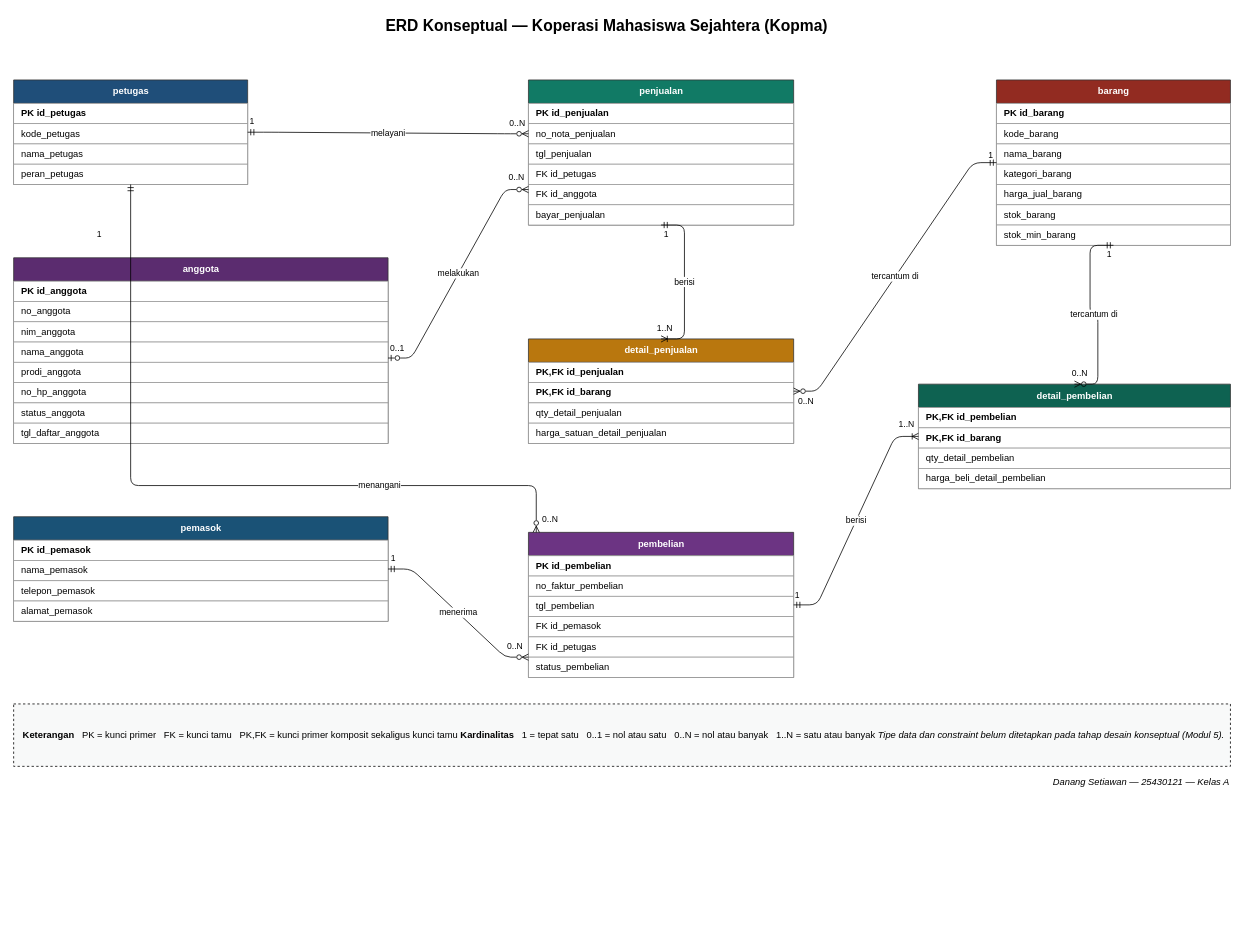
Before: page "ERD Kopma" (1 of 2) of p03_erd_kopma_25430121.drawio in danangst250503-dot/basisdata-25430121, a draw.io diagram. Source tidied: cells renumbered, new cells numbered last; positions are measured from the earlier drawing's top-left corner, leaving out a move shared by most shapes. Both pictures are drawn from the tidied source at 78%, with x=0, y=0 at pixel (13, 13).
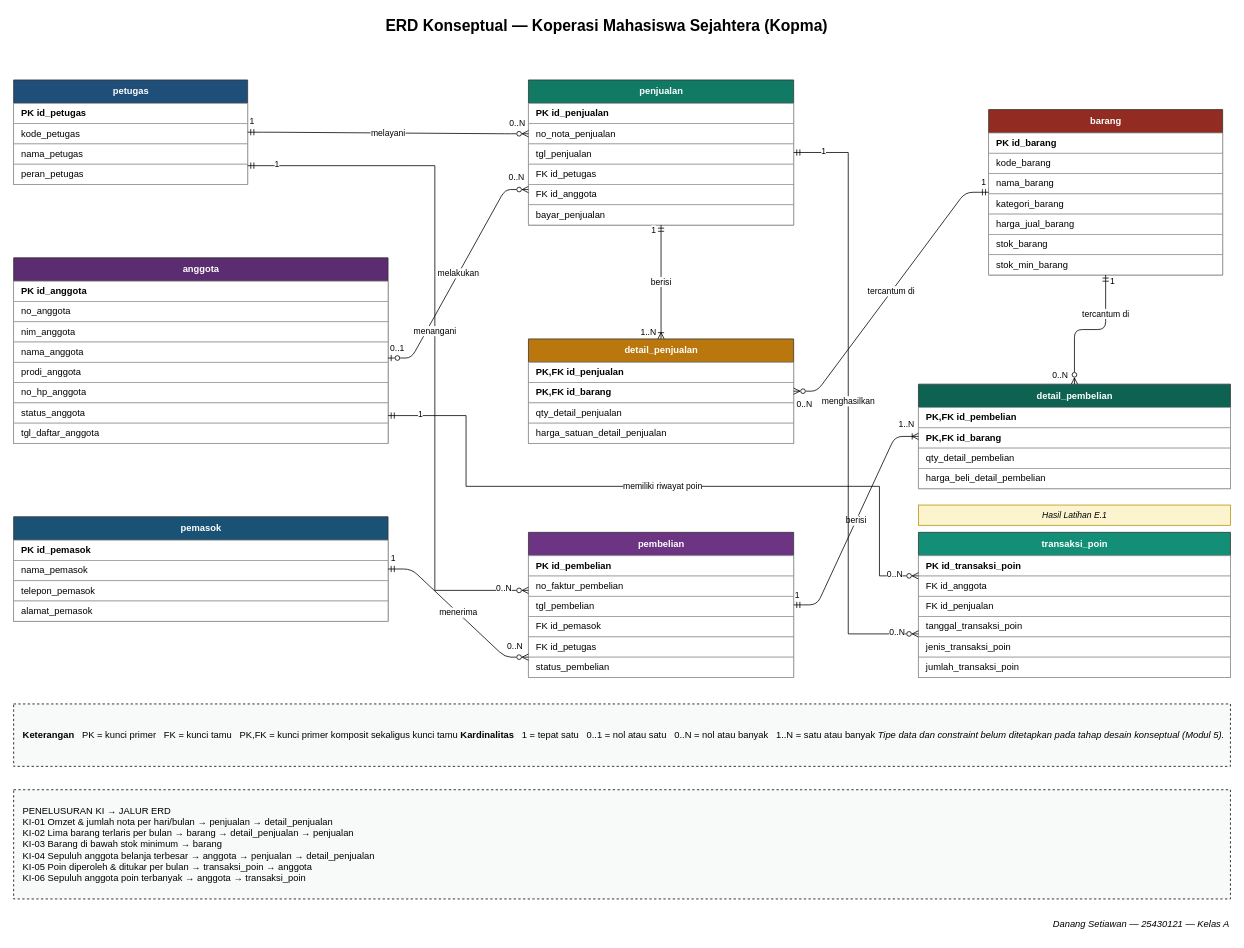
The same diagram, later.

Commit message (it also covers changes not shown here):
p03: latihan E1 poin loyalitas dan E2 relasi banyak-ke-banyak

The change refers to these unchanged cells:
```xml
<mxCell id="2" value="anggota" style="swimlane;fontStyle=1;horizontal=1;startSize=30;height=26;html=1;fillColor=#5B2C6F;fontColor=#ffffff;strokeColor=#333333;" parent="1" vertex="1">
  <mxGeometry y="313" width="480" height="238" as="geometry" />
</mxCell>
<mxCell id="12" value="petugas" style="swimlane;fontStyle=1;horizontal=1;startSize=30;height=26;html=1;fillColor=#1F4E79;fontColor=#ffffff;strokeColor=#333333;" parent="1" vertex="1">
  <mxGeometry y="85" width="300" height="134" as="geometry" />
</mxCell>
<mxCell id="16" value="        peran_petugas" style="text;strokeColor=#999999;fillColor=#ffffff;align=left;verticalAlign=middle;spacingLeft=8;fontColor=#000000;html=1;" parent="12" vertex="1">
  <mxGeometry y="108" width="300" height="26" as="geometry" />
</mxCell>
<mxCell id="22" value="penjualan" style="swimlane;fontStyle=1;horizontal=1;startSize=30;height=26;html=1;fillColor=#117A65;fontColor=#ffffff;strokeColor=#333333;" parent="1" vertex="1">
  <mxGeometry x="660" y="85" width="340" height="186" as="geometry" />
</mxCell>
<mxCell id="29" value="detail_penjualan" style="swimlane;fontStyle=1;horizontal=1;startSize=30;height=26;html=1;fillColor=#B9770E;fontColor=#ffffff;strokeColor=#333333;" parent="1" vertex="1">
  <mxGeometry x="660" y="417" width="340" height="134" as="geometry" />
</mxCell>
<mxCell id="34" value="pembelian" style="swimlane;fontStyle=1;horizontal=1;startSize=30;height=26;html=1;fillColor=#6C3483;fontColor=#ffffff;strokeColor=#333333;" parent="1" vertex="1">
  <mxGeometry x="660" y="665" width="340" height="186" as="geometry" />
</mxCell>
<mxCell id="49" value="detail_pembelian" style="swimlane;fontStyle=1;horizontal=1;startSize=30;height=26;html=1;fillColor=#0E6251;fontColor=#ffffff;strokeColor=#333333;" parent="1" vertex="1">
  <mxGeometry x="1160" y="475" width="400" height="134" as="geometry" />
</mxCell>
```

Change to the diagram source:
```diff
@@
     <mxCell id="41" value="barang" style="swimlane;fontStyle=1;horizontal=1;startSize=30;height=26;html=1;fillColor=#922B21;fontColor=#ffffff;strokeColor=#333333;" parent="1" vertex="1">
-      <mxGeometry x="1260" y="85" width="300" height="212" as="geometry" />
+      <mxGeometry x="1250" y="123" width="300" height="212" as="geometry" />
     </mxCell>
@@
-    <mxCell id="60" value="berisi" style="edgeStyle=entityRelationEdgeStyle;html=1;startArrow=ERmandOne;startFill=0;endArrow=ERoneToMany;endFill=0;exitX=0.5;exitY=1;entryX=0.5;entryY=0;" parent="1" edge="1" source="22" target="29">
+    <mxCell id="60" value="berisi" style="html=1;startArrow=ERmandOne;startFill=0;endArrow=ERoneToMany;endFill=0;exitX=0.5;exitY=1;entryX=0.5;entryY=0;" parent="1" edge="1" source="22" target="29">
       <mxGeometry relative="1" as="geometry" />
     </mxCell>
     <mxCell id="61" value="1" style="edgeLabel;html=1;fontSize=11;" parent="60" vertex="1">
       <mxGeometry x="-0.7" relative="1" as="geometry">
-        <mxPoint x="-28" y="-2" as="offset" />
+        <mxPoint x="-14" y="-28" as="offset" />
       </mxGeometry>
     </mxCell>
     <mxCell id="62" value="1..N" style="edgeLabel;html=1;fontSize=11;" parent="60" vertex="1">
       <mxGeometry x="0.7" relative="1" as="geometry">
-        <mxPoint x="-37" y="-25" as="offset" />
+        <mxPoint x="-28" y="1" as="offset" />
       </mxGeometry>
     </mxCell>
@@
-    <mxCell id="72" value="tercantum di" style="edgeStyle=entityRelationEdgeStyle;html=1;startArrow=ERmandOne;startFill=0;endArrow=ERzeroToMany;endFill=0;exitX=0.5;exitY=1;entryX=0.5;entryY=0;" parent="1" edge="1" source="41" target="49">
-      <mxGeometry relative="1" as="geometry" />
+    <mxCell id="72" value="tercantum di" style="html=1;startArrow=ERmandOne;startFill=0;endArrow=ERzeroToMany;endFill=0;exitX=0.5;exitY=1;entryX=0.5;entryY=0;entryDx=0;entryDy=0;edgeStyle=orthogonalEdgeStyle;" parent="1" edge="1" source="41" target="49">
+      <mxGeometry x="-0.44" relative="1" as="geometry" />
     </mxCell>
     <mxCell id="73" value="1" style="edgeLabel;html=1;fontSize=11;" parent="72" vertex="1">
       <mxGeometry x="-0.7" relative="1" as="geometry">
-        <mxPoint x="20" y="-8" as="offset" />
+        <mxPoint x="4" y="-32" as="offset" />
       </mxGeometry>
     </mxCell>
     <mxCell id="74" value="0..N" style="edgeLabel;html=1;fontSize=11;" parent="72" vertex="1">
       <mxGeometry x="0.7" relative="1" as="geometry">
-        <mxPoint x="-35" y="-20" as="offset" />
+        <mxPoint x="-30" y="2" as="offset" />
       </mxGeometry>
     </mxCell>
@@
     <mxCell id="76" value="Danang Setiawan — 25430121 — Kelas A" style="text;html=1;align=right;verticalAlign=middle;fontSize=12;fontStyle=2;" parent="1" vertex="1">
-      <mxGeometry x="1160" y="972" width="400" height="26" as="geometry" />
+      <mxGeometry x="1160" y="1155" width="400" height="26" as="geometry" />
     </mxCell>
+    <mxCell id="80" value="PENELUSURAN KI → JALUR ERD&lt;div&gt;KI-01  Omzet &amp;amp; jumlah nota per hari/bulan  →  penjualan → detail_penjualan&lt;/div&gt;&lt;div&gt;KI-02  Lima barang terlaris per bulan  →  barang → detail_penjualan → penjualan&lt;/div&gt;&lt;div&gt;KI-03  Barang di bawah stok minimum  →  barang&lt;/div&gt;&lt;div&gt;KI-04  Sepuluh anggota belanja terbesar  →  anggota → penjualan → detail_penjualan&lt;/div&gt;&lt;div&gt;KI-05  Poin diperoleh &amp;amp; ditukar per bulan  →  transaksi_poin → anggota&lt;/div&gt;&lt;div&gt;KI-06  Sepuluh anggota poin terbanyak  →  anggota → transaksi_poin&lt;/div&gt;" style="rounded=0;whiteSpace=wrap;html=1;align=left;verticalAlign=middle;spacingLeft=10;dashed=1;fillColor=#F8F9F9;" parent="1" vertex="1">
+      <mxGeometry y="995" width="1560" height="140" as="geometry" />
+    </mxCell>
+    <mxCell id="81" value="transaksi_poin" style="swimlane;fontStyle=1;horizontal=1;startSize=30;height=26;html=1;fillColor=#148F77;fontColor=#ffffff;strokeColor=#333333;" parent="1" vertex="1">
+      <mxGeometry x="1160" y="665" width="400" height="186" as="geometry" />
+    </mxCell>
+    <mxCell id="82" value="PK      id_transaksi_poin" style="text;strokeColor=#999999;fillColor=#ffffff;align=left;verticalAlign=middle;spacingLeft=8;fontColor=#000000;html=1;fontStyle=1;" parent="81" vertex="1">
+      <mxGeometry y="30" width="400" height="26" as="geometry" />
+    </mxCell>
+    <mxCell id="83" value="FK      id_anggota" style="text;strokeColor=#999999;fillColor=#ffffff;align=left;verticalAlign=middle;spacingLeft=8;fontColor=#000000;html=1;" parent="81" vertex="1">
+      <mxGeometry y="56" width="400" height="26" as="geometry" />
+    </mxCell>
+    <mxCell id="84" value="FK      id_penjualan" style="text;strokeColor=#999999;fillColor=#ffffff;align=left;verticalAlign=middle;spacingLeft=8;fontColor=#000000;html=1;" parent="81" vertex="1">
+      <mxGeometry y="82" width="400" height="26" as="geometry" />
+    </mxCell>
+    <mxCell id="85" value="        tanggal_transaksi_poin" style="text;strokeColor=#999999;fillColor=#ffffff;align=left;verticalAlign=middle;spacingLeft=8;fontColor=#000000;html=1;" parent="81" vertex="1">
+      <mxGeometry y="108" width="400" height="26" as="geometry" />
+    </mxCell>
+    <mxCell id="86" value="        jenis_transaksi_poin" style="text;strokeColor=#999999;fillColor=#ffffff;align=left;verticalAlign=middle;spacingLeft=8;fontColor=#000000;html=1;" parent="81" vertex="1">
+      <mxGeometry y="134" width="400" height="26" as="geometry" />
+    </mxCell>
+    <mxCell id="87" value="        jumlah_transaksi_poin" style="text;strokeColor=#999999;fillColor=#ffffff;align=left;verticalAlign=middle;spacingLeft=8;fontColor=#000000;html=1;" parent="81" vertex="1">
+      <mxGeometry y="160" width="400" height="26" as="geometry" />
+    </mxCell>
+    <mxCell id="88" value="memiliki riwayat poin" style="edgeStyle=orthogonalEdgeStyle;rounded=0;html=1;startArrow=ERmandOne;startFill=0;endArrow=ERzeroToMany;endFill=0;exitX=1;exitY=0.85;entryX=0;entryY=0.3;" parent="1" edge="1" source="2" target="81">
+      <mxGeometry relative="1" as="geometry">
+        <Array as="points">
+          <mxPoint x="580" y="515" />
+          <mxPoint x="580" y="606" />
+          <mxPoint x="1110" y="606" />
+          <mxPoint x="1110" y="721" />
+        </Array>
+      </mxGeometry>
+    </mxCell>
+    <mxCell id="89" value="1" style="edgeLabel;html=1;fontSize=11;" parent="88" vertex="1">
+      <mxGeometry x="-0.95" relative="1" as="geometry">
+        <mxPoint x="15" y="-15" as="offset" />
+      </mxGeometry>
+    </mxCell>
+    <mxCell id="90" value="0..N" style="edgeLabel;html=1;fontSize=11;" parent="88" vertex="1">
+      <mxGeometry x="0.95" relative="1" as="geometry">
+        <mxPoint x="-20" y="-15" as="offset" />
+      </mxGeometry>
+    </mxCell>
+    <mxCell id="91" value="menghasilkan" style="edgeStyle=orthogonalEdgeStyle;rounded=0;html=1;startArrow=ERmandOne;startFill=0;endArrow=ERzeroToMany;endFill=0;exitX=1;exitY=0.5;entryX=0;entryY=0.7;" parent="1" edge="1" source="22" target="81">
+      <mxGeometry relative="1" as="geometry">
+        <Array as="points">
+          <mxPoint x="1070" y="178" />
+          <mxPoint x="1070" y="795" />
+        </Array>
+      </mxGeometry>
+    </mxCell>
+    <mxCell id="92" value="1" style="edgeLabel;html=1;fontSize=11;" parent="91" vertex="1">
+      <mxGeometry x="-0.95" relative="1" as="geometry">
+        <mxPoint x="15" y="-15" as="offset" />
+      </mxGeometry>
+    </mxCell>
+    <mxCell id="93" value="0..N" style="edgeLabel;html=1;fontSize=11;" parent="91" vertex="1">
+      <mxGeometry x="0.95" relative="1" as="geometry">
+        <mxPoint x="-20" y="-15" as="offset" />
+      </mxGeometry>
+    </mxCell>
+    <mxCell id="94" value="Hasil Latihan E.1" style="text;html=1;align=center;verticalAlign=middle;fontSize=11;fontStyle=2;fillColor=#FCF3CF;strokeColor=#B7950B;" parent="1" vertex="1">
+      <mxGeometry x="1160" y="630" width="400" height="26" as="geometry" />
+    </mxCell>
-    <mxCell id="77" value="menangani" style="edgeStyle=orthogonalEdgeStyle;html=1;startArrow=ERmandOne;startFill=0;endArrow=ERzeroToMany;endFill=0;entryX=0;entryY=0;entryDx=0;entryDy=0;exitX=0.5;exitY=1;exitDx=0;exitDy=0;" parent="1" edge="1" source="16">
-      <mxGeometry x="0.46" relative="1" as="geometry">
-        <mxPoint x="670" y="665" as="targetPoint" />
+    <mxCell id="77" value="menangani" style="edgeStyle=orthogonalEdgeStyle;rounded=0;html=1;startArrow=ERmandOne;startFill=0;endArrow=ERzeroToMany;endFill=0;exitX=1;exitY=0.82;entryX=0;entryY=0.4;" parent="1" edge="1" source="12" target="34">
+      <mxGeometry relative="1" as="geometry">
         <Array as="points">
-          <mxPoint x="150" y="605" />
-          <mxPoint x="670" y="605" />
+          <mxPoint x="540" y="195" />
+          <mxPoint x="540" y="739" />
         </Array>
       </mxGeometry>
     </mxCell>
     <mxCell id="78" value="1" style="edgeLabel;html=1;fontSize=11;" parent="77" vertex="1">
-      <mxGeometry x="-0.85" relative="1" as="geometry">
-        <mxPoint x="-45" y="-21" as="offset" />
+      <mxGeometry x="-0.95" relative="1" as="geometry">
+        <mxPoint x="10" y="-15" as="offset" />
       </mxGeometry>
     </mxCell>
     <mxCell id="79" value="0..N" style="edgeLabel;html=1;fontSize=11;" parent="77" vertex="1">
-      <mxGeometry x="0.85" relative="1" as="geometry">
-        <mxPoint x="18" y="30" as="offset" />
+      <mxGeometry x="0.95" relative="1" as="geometry">
+        <mxPoint x="-20" y="-15" as="offset" />
       </mxGeometry>
     </mxCell>
```
